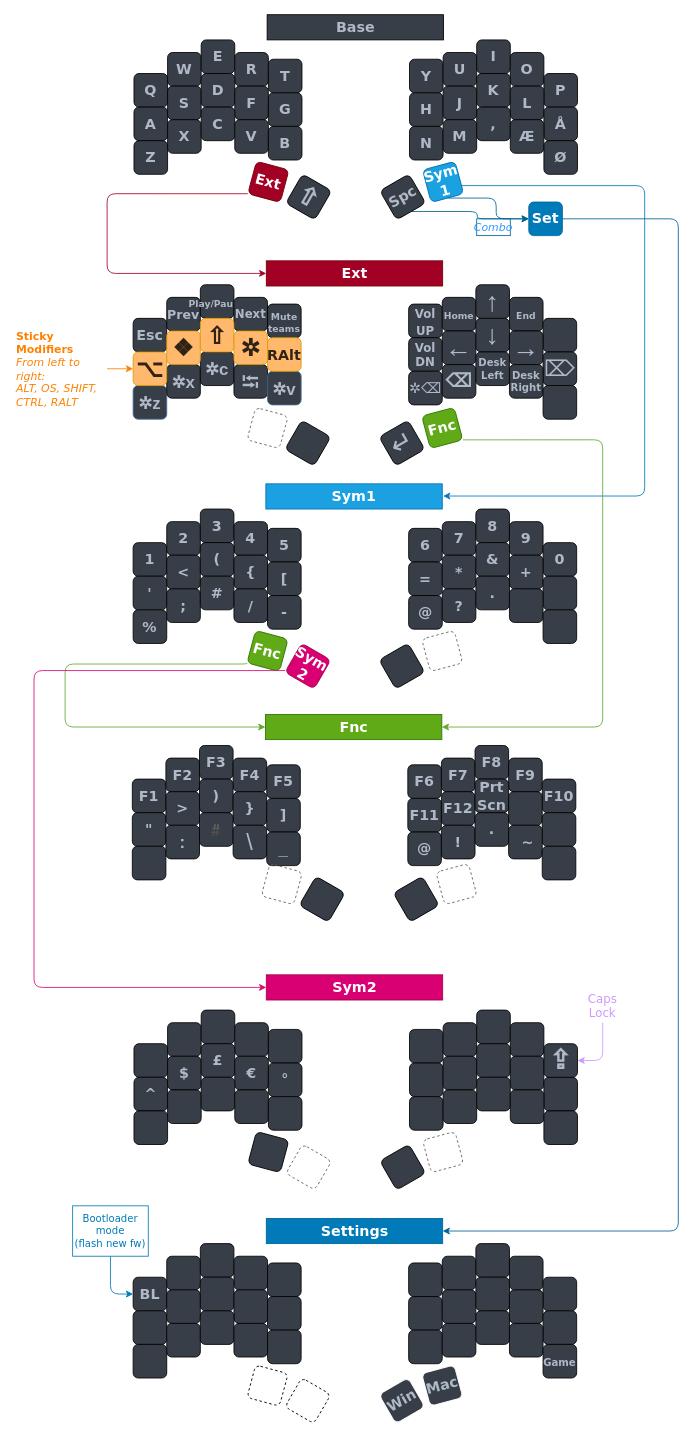
Above: Palm Keyboard Layout.drawio in henrik-palm/zmk-urchin (draw.io), before the change. Source tidied: cells renumbered, new cells numbered last; positions are measured from the earlier drawing's top-left corner, leaving out a move shared by most shapes. Both pictures are drawn from the tidied source at 84%, with x=0, y=0 at pixel (14, 14).
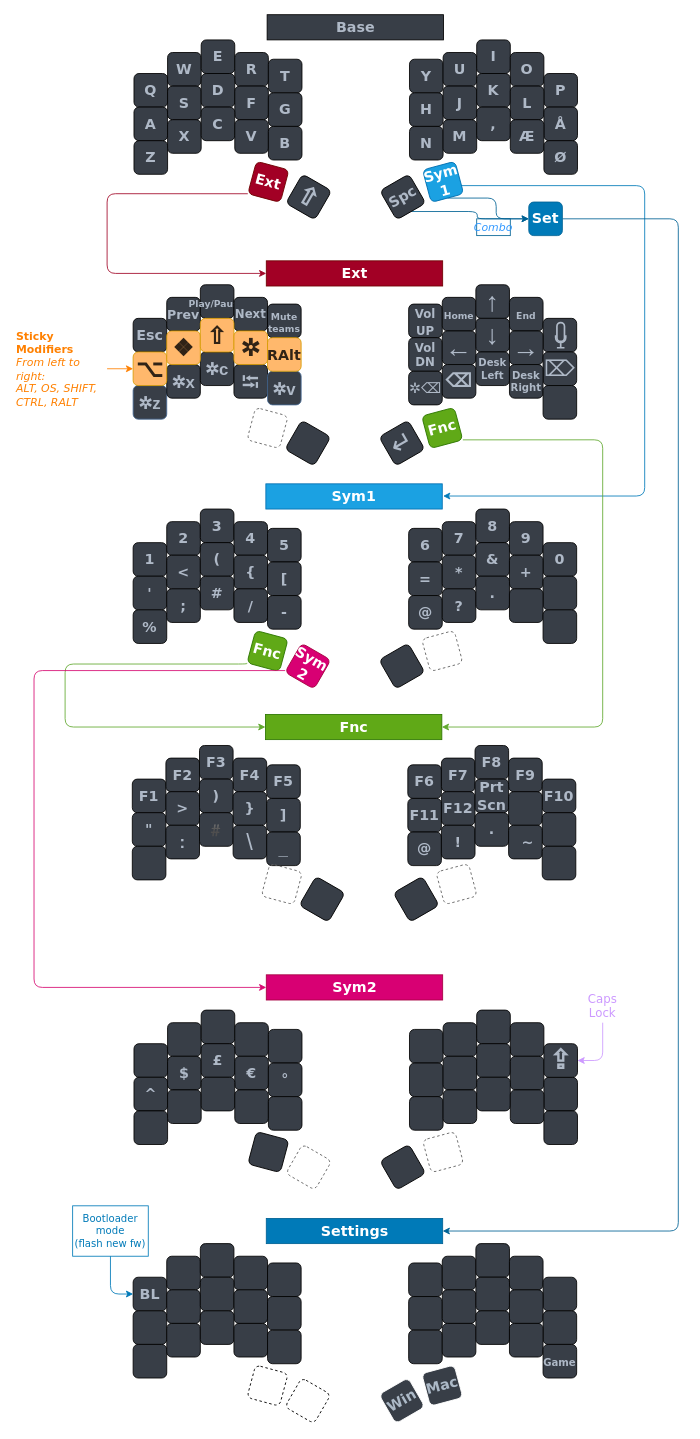
The same diagram, later.

Change to the diagram source:
```diff
@@
+    <mxCell id="229" style="html=1;verticalLabelPosition=bottom;align=center;labelBackgroundColor=#ffffff;verticalAlign=top;strokeWidth=2;strokeColor=#AFB9C7;shadow=0;dashed=0;shape=mxgraph.ios7.icons.microphone;fillColor=light-dark(#383E47,#B4B9C1);" parent="1" vertex="1">
+      <mxGeometry x="644" y="366.5" width="12" height="30" as="geometry" />
+    </mxCell>
```
